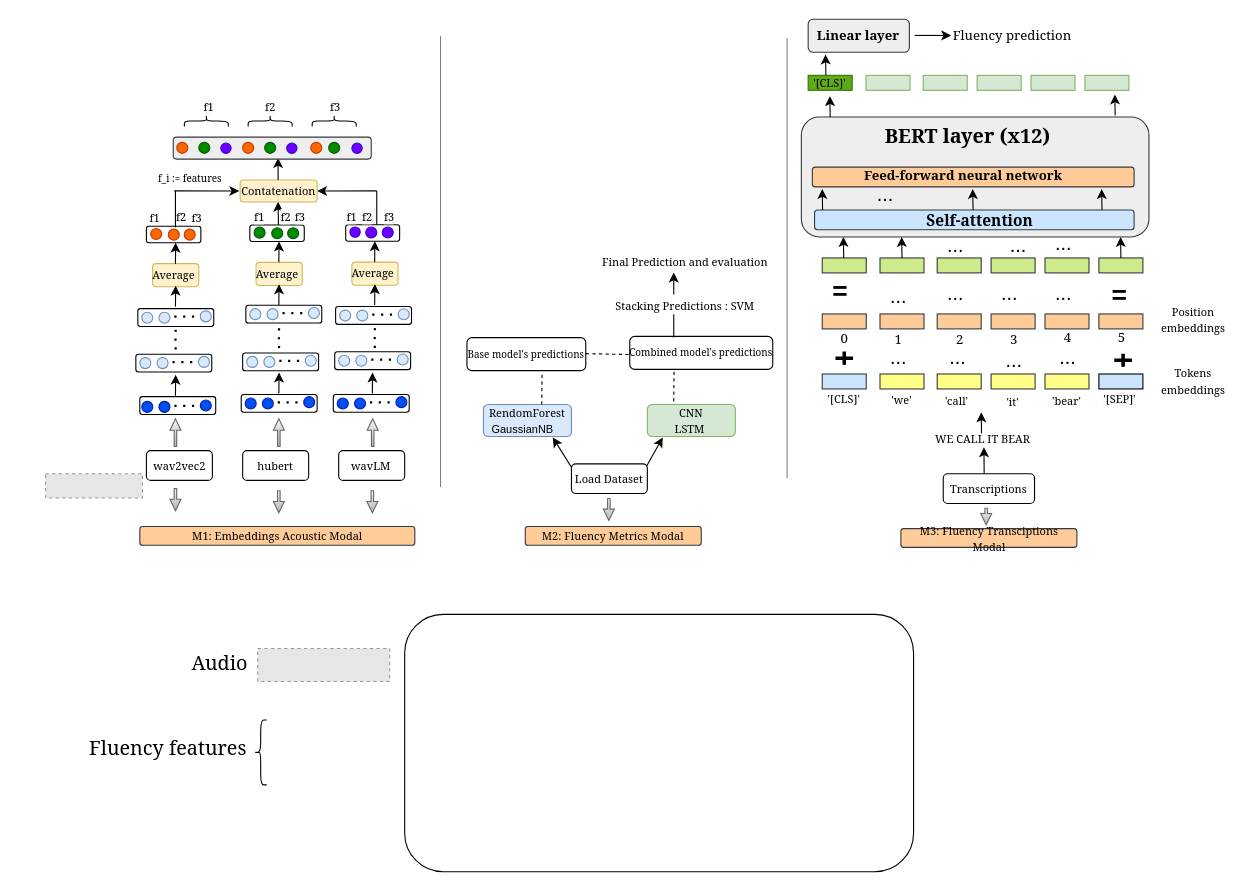
papasega/Applied-Deep-Learning keeps this draw.io diagram as Trimodal_Fluency_sslmodel.drawio. Above is the earlier version. Source tidied: cells renumbered, new cells numbered last; positions are measured from the earlier drawing's top-left corner, leaving out a move shared by most shapes. Both pictures are drawn from the tidied source at 110%, with x=0, y=0 at pixel (45, 19). Pictures stored in the file or linked from it are replaced by grey dashed boxes.
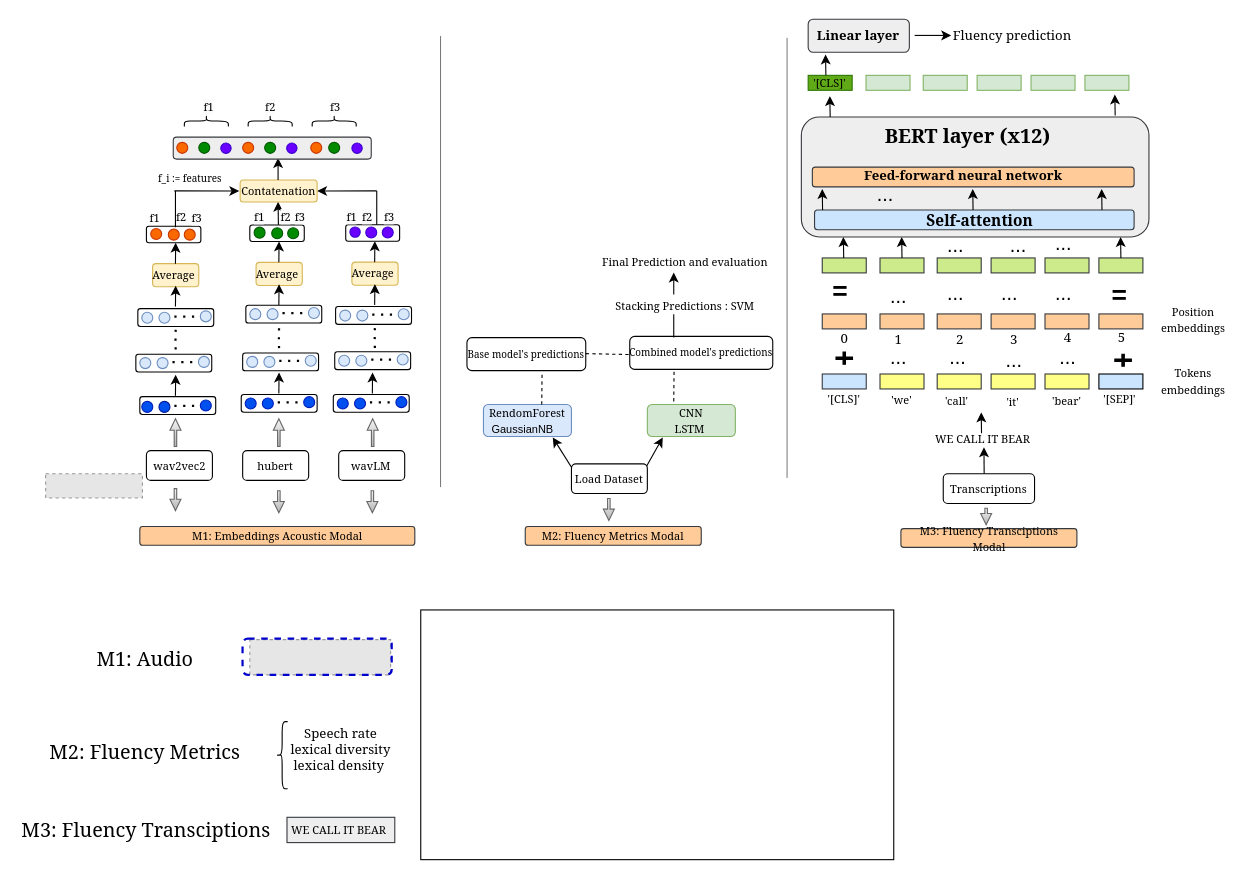
The same diagram, later.

Commit message (it also covers changes not shown here):
Mettre à jour Trimodal_Fluency_sslmodel.drawio

What changed in the source:
```diff
@@
-    <mxCell id="215" style="rounded=1;whiteSpace=wrap;html=1;" parent="1" vertex="1">
-      <mxGeometry x="326.4" y="541" width="462.6" height="234" as="geometry" />
-    </mxCell>
     <mxCell id="216" style="fillColor=#E6E6E6;strokeColor=#999999;dashed=1;verticalLabelPosition=bottom;labelBackgroundColor=default;verticalAlign=top;" parent="1" vertex="1">
-      <mxGeometry x="192.8" y="572" width="120" height="30" as="geometry" />
+      <mxGeometry x="185.6" y="564" width="128" height="32" as="geometry" />
     </mxCell>
-    <mxCell id="217" value="&lt;font style=&quot;font-size: 18px;&quot; face=&quot;Georgia&quot;&gt;Audio&lt;/font&gt;" style="text;html=1;align=center;verticalAlign=middle;strokeColor=none;fillColor=none;" parent="1" vertex="1">
-      <mxGeometry x="125.3" y="568" width="66" height="34" as="geometry" />
+    <mxCell id="217" value="&lt;font style=&quot;font-size: 18px;&quot; face=&quot;Georgia&quot;&gt;M1: Audio&lt;/font&gt;" style="text;html=1;align=center;verticalAlign=middle;strokeColor=none;fillColor=none;" parent="1" vertex="1">
+      <mxGeometry x="40.4" y="564" width="100" height="34" as="geometry" />
     </mxCell>
-    <mxCell id="218" value="&lt;font style=&quot;font-size: 18px;&quot; face=&quot;Georgia&quot;&gt;Fluency features&lt;/font&gt;" style="text;html=1;align=center;verticalAlign=middle;strokeColor=none;fillColor=none;" parent="1" vertex="1">
-      <mxGeometry x="36.6" y="645" width="149" height="34" as="geometry" />
+    <mxCell id="218" value="&lt;font style=&quot;font-size: 18px;&quot; face=&quot;Georgia&quot;&gt;M2: Fluency Metrics&lt;/font&gt;" style="text;html=1;align=center;verticalAlign=middle;strokeColor=none;fillColor=none;" parent="1" vertex="1">
+      <mxGeometry x="-0.6" y="649" width="182" height="34" as="geometry" />
     </mxCell>
-    <mxCell id="219" style="shape=curlyBracket;whiteSpace=wrap;html=1;rounded=1;labelPosition=left;verticalLabelPosition=middle;align=right;verticalAlign=middle;" parent="1" vertex="1">
-      <mxGeometry x="190" y="637" width="11" height="59" as="geometry" />
-    </mxCell>
+    <mxCell id="220" value="&lt;font style=&quot;font-size: 18px;&quot; face=&quot;Georgia&quot;&gt;M3: Fluency Transciptions&lt;/font&gt;" style="text;html=1;align=center;verticalAlign=middle;strokeColor=none;fillColor=none;" parent="1" vertex="1">
+      <mxGeometry x="-24.4" y="720" width="231" height="34" as="geometry" />
+    </mxCell>
+    <mxCell id="221" value="&lt;font style=&quot;font-size: 10px;&quot; face=&quot;Georgia&quot;&gt;WE CALL IT BEAR&amp;nbsp;&lt;/font&gt;" style="text;html=1;align=center;verticalAlign=middle;whiteSpace=wrap;rounded=0;fillColor=#eeeeee;strokeColor=#36393d;" parent="1" vertex="1">
+      <mxGeometry x="219.4" y="725.5" width="98" height="23" as="geometry" />
+    </mxCell>
+    <mxCell id="222" style="rounded=1;whiteSpace=wrap;html=1;fillColor=none;dashed=1;strokeColor=#0000CC;strokeWidth=2;" parent="1" vertex="1">
+      <mxGeometry x="179" y="563" width="135.6" height="33" as="geometry" />
+    </mxCell>
+    <mxCell id="223" style="shape=curlyBracket;whiteSpace=wrap;html=1;rounded=1;labelPosition=left;verticalLabelPosition=middle;align=right;verticalAlign=middle;" parent="1" vertex="1">
+      <mxGeometry x="210" y="638.5" width="10" height="61" as="geometry" />
+    </mxCell>
+    <mxCell id="224" style="rounded=0;whiteSpace=wrap;html=1;" parent="1" vertex="1">
+      <mxGeometry x="341" y="537" width="430" height="227" as="geometry" />
+    </mxCell>
+    <mxCell id="225" value="&lt;font face=&quot;Georgia&quot;&gt;Speech rate&lt;/font&gt;&lt;div&gt;&lt;span style=&quot;font-family: Georgia;&quot;&gt;lexical diversity&lt;/span&gt;&lt;/div&gt;&lt;div&gt;&lt;span style=&quot;font-family: Georgia; background-color: initial;&quot;&gt;lexical density&lt;/span&gt;&lt;span style=&quot;font-family: Georgia;&quot;&gt;&amp;nbsp;&lt;/span&gt;&lt;font face=&quot;Georgia&quot;&gt;&lt;br&gt;&lt;/font&gt;&lt;/div&gt;&lt;div&gt;&lt;span style=&quot;font-family: Georgia;&quot;&gt;&lt;br&gt;&lt;/span&gt;&lt;/div&gt;" style="text;html=1;align=center;verticalAlign=middle;strokeColor=none;fillColor=none;" parent="1" vertex="1">
+      <mxGeometry x="218.4" y="636" width="100" height="70" as="geometry" />
+    </mxCell>
```
